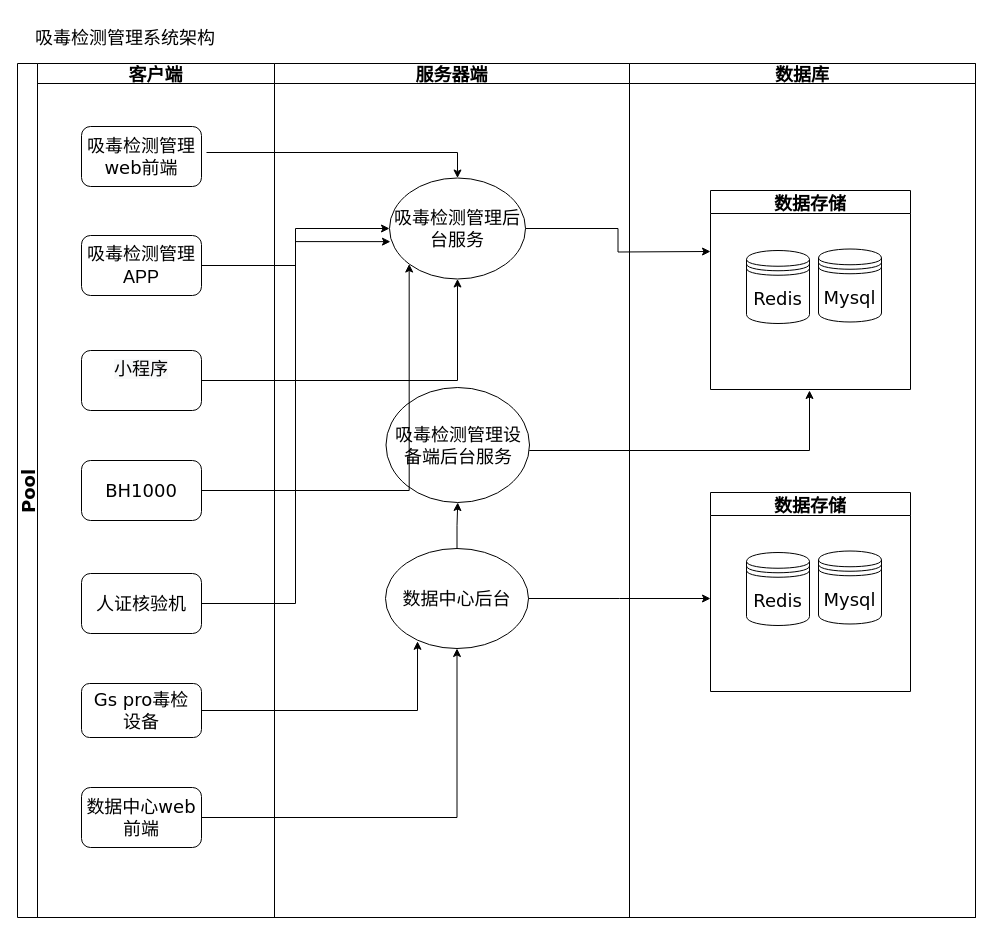
This is page "吸毒检测管理系统架构2" (5 of 5) of 未命名绘图.drawio from lliecho/test, a draw.io file, before an edit. Source tidied: cells renumbered, new cells numbered last; positions are measured from the earlier drawing's top-left corner, leaving out a move shared by most shapes. Both pictures are drawn from the tidied source at 100%, with x=0, y=0 at pixel (17, 17).
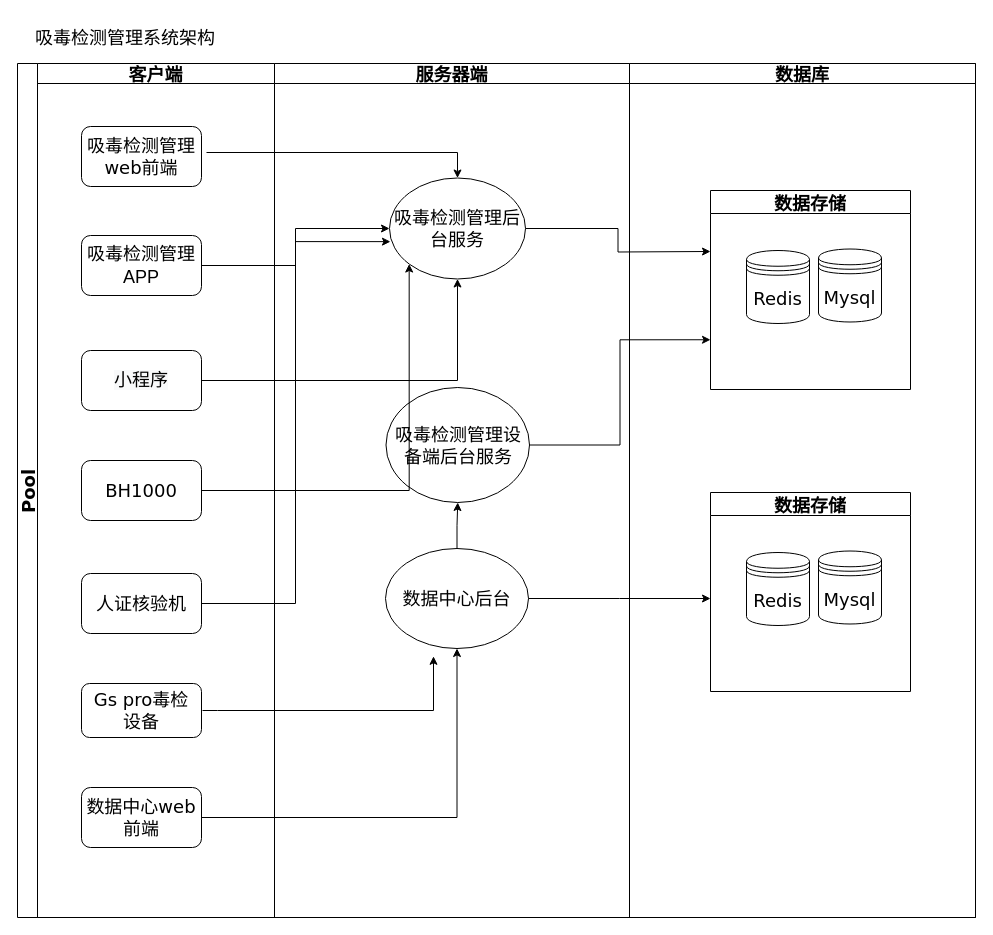
After the change.

Commit message:
吸毒检测管理系统架构.drawio

The change refers to these unchanged cells:
```xml
<mxCell id="2" value="Pool" style="swimlane;startSize=20;horizontal=0;fontFamily=Verdana;fontSize=18;" parent="1" vertex="1">
  <mxGeometry y="46" width="958" height="854" as="geometry" />
</mxCell>
<mxCell id="3" value="客户端" style="swimlane;startSize=20;fontFamily=Verdana;fontSize=18;" parent="2" vertex="1">
  <mxGeometry x="20" width="237" height="854" as="geometry" />
</mxCell>
<mxCell id="9" value="Gs pro毒检&lt;br&gt;设备" style="rounded=1;whiteSpace=wrap;html=1;fontFamily=Verdana;fontSize=18;" parent="3" vertex="1">
  <mxGeometry x="44" y="620" width="120" height="54" as="geometry" />
</mxCell>
<mxCell id="12" value="服务器端" style="swimlane;startSize=20;fontFamily=Verdana;fontSize=18;" parent="2" vertex="1">
  <mxGeometry x="257" width="355" height="854" as="geometry" />
</mxCell>
<mxCell id="14" value="吸毒检测管理设备端后台服务" style="ellipse;whiteSpace=wrap;html=1;fontFamily=Verdana;fontSize=18;" parent="12" vertex="1">
  <mxGeometry x="111.5" y="324" width="143.5" height="115" as="geometry" />
</mxCell>
<mxCell id="16" value="数据中心后台" style="ellipse;whiteSpace=wrap;html=1;fontFamily=Verdana;fontSize=18;" parent="12" vertex="1">
  <mxGeometry x="111" y="485" width="143" height="100" as="geometry" />
</mxCell>
<mxCell id="19" value="数据存储" style="swimlane;fontFamily=Verdana;fontSize=18;" parent="18" vertex="1">
  <mxGeometry x="81" y="127" width="200" height="199" as="geometry" />
</mxCell>
```

The edit, as a diff of the source:
```diff
@@
-    <mxCell id="6" value="&#10;&lt;span style=&quot;color: rgb(0, 0, 0); font-family: Helvetica; font-size: 18px; font-style: normal; font-variant-ligatures: normal; font-variant-caps: normal; font-weight: 400; letter-spacing: normal; orphans: 2; text-align: center; text-indent: 0px; text-transform: none; widows: 2; word-spacing: 0px; -webkit-text-stroke-width: 0px; background-color: rgb(248, 249, 250); text-decoration-thickness: initial; text-decoration-style: initial; text-decoration-color: initial; float: none; display: inline !important;&quot;&gt;小程序&lt;/span&gt;&#10;&#10;" style="rounded=1;whiteSpace=wrap;html=1;fontFamily=Verdana;fontSize=18;" parent="3" vertex="1">
+    <mxCell id="6" value="&lt;span style=&quot;color: rgb(0, 0, 0); font-family: Helvetica; font-size: 18px; font-style: normal; font-variant-ligatures: normal; font-variant-caps: normal; font-weight: 400; letter-spacing: normal; orphans: 2; text-align: center; text-indent: 0px; text-transform: none; widows: 2; word-spacing: 0px; -webkit-text-stroke-width: 0px; background-color: rgb(248, 249, 250); text-decoration-thickness: initial; text-decoration-style: initial; text-decoration-color: initial; float: none; display: inline !important;&quot;&gt;小程序&lt;/span&gt;" style="rounded=1;whiteSpace=wrap;html=1;fontFamily=Verdana;fontSize=18;" parent="3" vertex="1">
       <mxGeometry x="44" y="287" width="120" height="60" as="geometry" />
     </mxCell>
@@
-    <mxCell id="17" style="edgeStyle=segmentEdgeStyle;endArrow=classic;html=1;rounded=0;fontFamily=Verdana;fontSize=18;" parent="12" edge="1">
-      <mxGeometry relative="1" as="geometry">
-        <mxPoint x="256" y="387" as="sourcePoint" />
-        <mxPoint x="535" y="327" as="targetPoint" />
-        <Array as="points">
-          <mxPoint x="255" y="387" />
-          <mxPoint x="535" y="387" />
-        </Array>
-      </mxGeometry>
-    </mxCell>
@@
-    <mxCell id="28" style="edgeStyle=orthogonalEdgeStyle;rounded=0;jettySize=auto;html=1;fontFamily=Verdana;fontSize=18;entryX=0.224;entryY=0.928;entryDx=0;entryDy=0;entryPerimeter=0;" parent="2" edge="1" source="9" target="16">
-      <mxGeometry relative="1" as="geometry" />
+    <mxCell id="28" style="edgeStyle=orthogonalEdgeStyle;rounded=0;orthogonalLoop=1;jettySize=auto;html=1;fontFamily=Verdana;fontSize=18;entryX=0.224;entryY=0.928;entryDx=0;entryDy=0;entryPerimeter=0;" parent="2" edge="1">
+      <mxGeometry relative="1" as="geometry">
+        <mxPoint x="185" y="647" as="sourcePoint" />
+        <mxPoint x="416" y="592.8" as="targetPoint" />
+        <Array as="points">
+          <mxPoint x="200" y="647" />
+          <mxPoint x="416" y="647" />
+        </Array>
+      </mxGeometry>
     </mxCell>
@@
+    <mxCell id="34" style="edgeStyle=orthogonalEdgeStyle;rounded=0;jettySize=auto;html=1;entryX=0;entryY=0.75;entryDx=0;entryDy=0;fontFamily=Verdana;fontSize=18;" parent="2" edge="1" source="14" target="19">
+      <mxGeometry relative="1" as="geometry" />
+    </mxCell>
```
